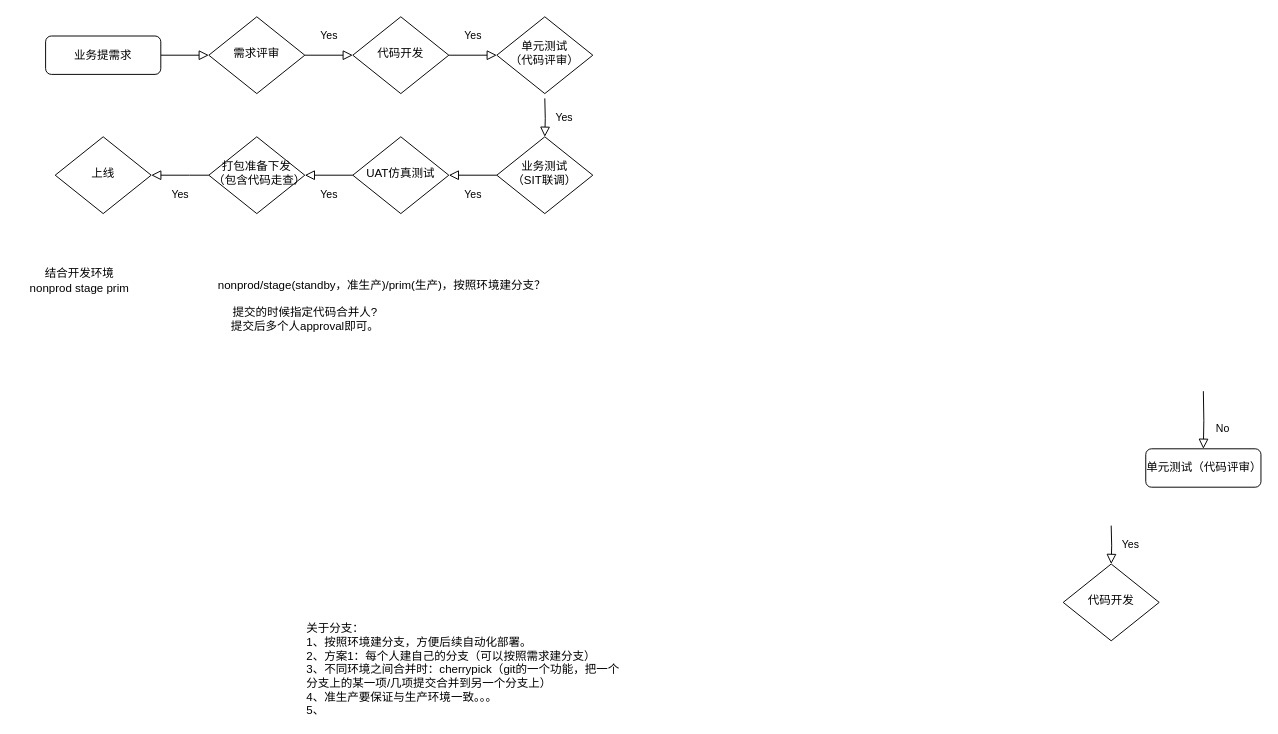
Earlier version of the draw.io diagram 代码上线流程/EMR实时代码上线流程.drawio (JonStarkdu/drawio). Source tidied: cells renumbered, new cells numbered last; positions are measured from the earlier drawing's top-left corner, leaving out a move shared by most shapes. Both pictures are drawn from the tidied source at 96%, with x=0, y=0 at pixel (16, 16).
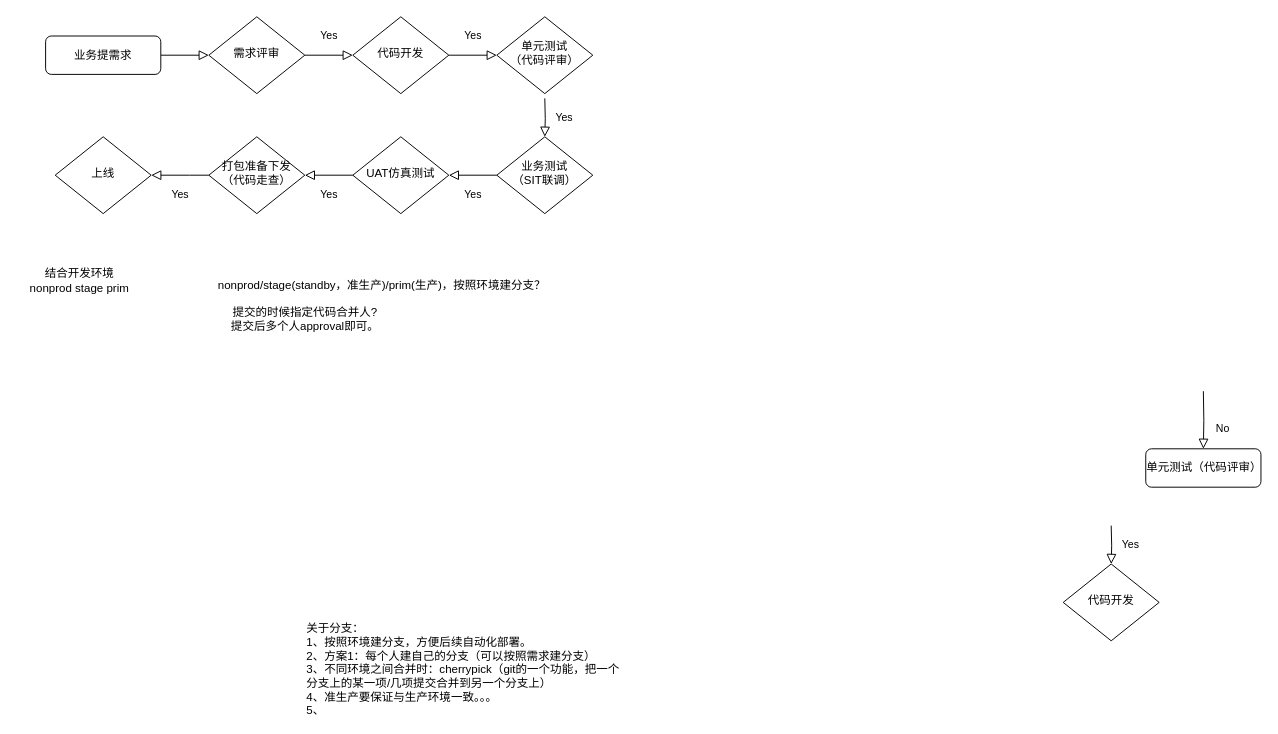
The same page after the edit.

Commit message:
更新EMR实时代码上线流程.drawio

Change to the diagram source:
```diff
@@
-    <mxCell id="18" value="打包准备下发（包含代码走查）" style="rhombus;whiteSpace=wrap;html=1;shadow=0;fontFamily=Helvetica;fontSize=12;align=center;strokeWidth=1;spacing=6;spacingTop=-4;" parent="1" vertex="1">
+    <mxCell id="18" value="打包准备下发（代码走查）" style="rhombus;whiteSpace=wrap;html=1;shadow=0;fontFamily=Helvetica;fontSize=12;align=center;strokeWidth=1;spacing=6;spacingTop=-4;" parent="1" vertex="1">
       <mxGeometry x="200" y="125" width="100" height="80" as="geometry" />
     </mxCell>
```
